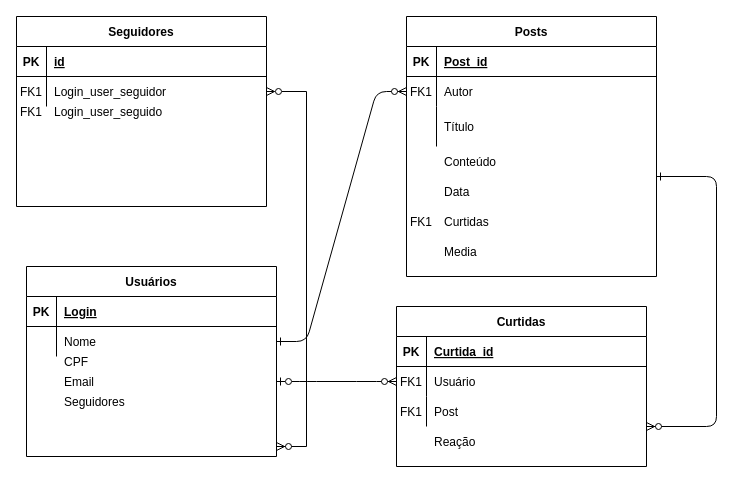
This is ER.drawio from jrfagundes/feed, a draw.io file, before an edit. Source tidied: cells renumbered, new cells numbered last; positions are measured from the earlier drawing's top-left corner, leaving out a move shared by most shapes. Both pictures are drawn from the tidied source at 100%, with x=0, y=0 at pixel (16, 16).
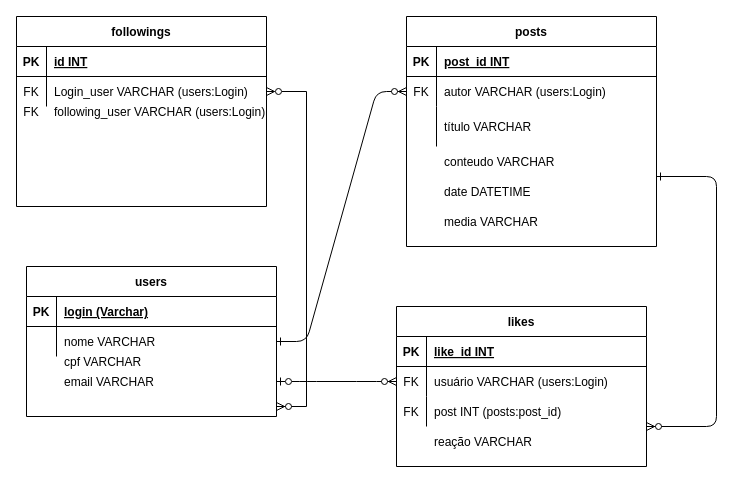
The same diagram, later.

Unchanged cells that the change refers to:
```xml
<mxCell id="5" style="shape=partialRectangle;fillColor=none;top=0;left=0;right=0;bottom=1;" parent="4" vertex="1">
  <mxGeometry y="30" width="250" height="30" as="geometry" />
</mxCell>
<mxCell id="8" style="shape=partialRectangle;fillColor=none;points=[[0,0.5],[1,0.5]];portConstraint=eastwest;top=0;left=0;right=0;bottom=0;" parent="4" vertex="1">
  <mxGeometry y="60" width="250" height="30" as="geometry" />
</mxCell>
<mxCell id="11" style="shape=partialRectangle;fillColor=none;top=0;left=0;right=0;bottom=0;" parent="4" vertex="1">
  <mxGeometry y="90" width="250" height="40" as="geometry" />
</mxCell>
<mxCell id="15" style="shape=partialRectangle;fillColor=none;top=0;left=0;right=0;bottom=1;" parent="14" vertex="1">
  <mxGeometry y="30" width="250" height="30" as="geometry" />
</mxCell>
<mxCell id="18" style="shape=partialRectangle;fillColor=none;points=[[0,0.5],[1,0.5]];portConstraint=eastwest;top=0;left=0;right=0;bottom=0;" parent="14" vertex="1">
  <mxGeometry y="60" width="250" height="30" as="geometry" />
</mxCell>
<mxCell id="21" style="shape=partialRectangle;fillColor=none;top=0;left=0;right=0;bottom=0;" parent="14" vertex="1">
  <mxGeometry y="90" width="250" height="30" as="geometry" />
</mxCell>
<mxCell id="26" style="shape=partialRectangle;fillColor=none;top=0;left=0;right=0;bottom=1;" parent="25" vertex="1">
  <mxGeometry y="30" width="250" height="30" as="geometry" />
</mxCell>
<mxCell id="29" style="shape=partialRectangle;fillColor=none;points=[[0,0.5],[1,0.5]];portConstraint=eastwest;top=0;left=0;right=0;bottom=0;" parent="25" vertex="1">
  <mxGeometry y="60" width="250" height="30" as="geometry" />
</mxCell>
<mxCell id="44" style="shape=partialRectangle;fillColor=none;top=0;left=0;right=0;bottom=1;" parent="43" vertex="1">
  <mxGeometry y="30" width="250" height="30" as="geometry" />
</mxCell>
<mxCell id="47" style="shape=partialRectangle;fillColor=none;points=[[0,0.5],[1,0.5]];portConstraint=eastwest;top=0;left=0;right=0;bottom=0;" parent="43" vertex="1">
  <mxGeometry y="60" width="250" height="30" as="geometry" />
</mxCell>
```

The edit, as a diff of the source:
```diff
@@
-    <mxCell id="4" value="Posts" style="shape=table;startSize=30;childLayout=tableLayout;rowLines=0;fontStyle=1;align=center;" parent="1" vertex="1">
-      <mxGeometry x="390" width="250" height="260" as="geometry" />
+    <mxCell id="4" value="posts" style="shape=table;startSize=30;childLayout=tableLayout;rowLines=0;fontStyle=1;align=center;" parent="1" vertex="1">
+      <mxGeometry x="390" width="250" height="230" as="geometry" />
     </mxCell>
@@
-    <mxCell id="7" value="Post_id" style="shape=partialRectangle;overflow=hidden;fillColor=none;top=0;left=0;bottom=0;right=0;align=left;spacingLeft=6;fontStyle=5;" parent="5" vertex="1">
+    <mxCell id="7" value="post_id INT" style="shape=partialRectangle;overflow=hidden;fillColor=none;top=0;left=0;bottom=0;right=0;align=left;spacingLeft=6;fontStyle=5;" parent="5" vertex="1">
       <mxGeometry x="30" width="220" height="30" as="geometry" />
     </mxCell>
@@
-    <mxCell id="9" value="FK1" style="shape=partialRectangle;overflow=hidden;fillColor=none;top=0;left=0;bottom=0;right=0;" parent="8" vertex="1">
+    <mxCell id="9" value="FK" style="shape=partialRectangle;overflow=hidden;fillColor=none;top=0;left=0;bottom=0;right=0;" parent="8" vertex="1">
       <mxGeometry width="30" height="30" as="geometry" />
     </mxCell>
-    <mxCell id="10" value="Autor" style="shape=partialRectangle;overflow=hidden;fillColor=none;top=0;left=0;bottom=0;right=0;align=left;spacingLeft=6;verticalAlign=middle;" parent="8" vertex="1">
+    <mxCell id="10" value="autor VARCHAR (users:Login)" style="shape=partialRectangle;overflow=hidden;fillColor=none;top=0;left=0;bottom=0;right=0;align=left;spacingLeft=6;verticalAlign=middle;" parent="8" vertex="1">
       <mxGeometry x="30" width="220" height="30" as="geometry" />
     </mxCell>
@@
-    <mxCell id="13" value="Título" style="shape=partialRectangle;overflow=hidden;fillColor=none;top=0;left=0;bottom=0;right=0;align=left;spacingLeft=6;verticalAlign=middle;" parent="11" vertex="1">
+    <mxCell id="13" value="título VARCHAR" style="shape=partialRectangle;overflow=hidden;fillColor=none;top=0;left=0;bottom=0;right=0;align=left;spacingLeft=6;verticalAlign=middle;" parent="11" vertex="1">
       <mxGeometry x="30" width="220" height="40" as="geometry" />
     </mxCell>
-    <mxCell id="14" value="Curtidas" style="shape=table;startSize=30;childLayout=tableLayout;rowLines=0;fontStyle=1;align=center;" parent="1" vertex="1">
+    <mxCell id="14" value="likes" style="shape=table;startSize=30;childLayout=tableLayout;rowLines=0;fontStyle=1;align=center;" parent="1" vertex="1">
       <mxGeometry x="380" y="290" width="250" height="160" as="geometry" />
     </mxCell>
@@
-    <mxCell id="17" value="Curtida_id" style="shape=partialRectangle;overflow=hidden;fillColor=none;top=0;left=0;bottom=0;right=0;align=left;spacingLeft=6;fontStyle=5;" parent="15" vertex="1">
+    <mxCell id="17" value="like_id INT" style="shape=partialRectangle;overflow=hidden;fillColor=none;top=0;left=0;bottom=0;right=0;align=left;spacingLeft=6;fontStyle=5;" parent="15" vertex="1">
       <mxGeometry x="30" width="220" height="30" as="geometry" />
     </mxCell>
@@
-    <mxCell id="19" value="FK1" style="shape=partialRectangle;overflow=hidden;fillColor=none;top=0;left=0;bottom=0;right=0;" parent="18" vertex="1">
+    <mxCell id="19" value="FK" style="shape=partialRectangle;overflow=hidden;fillColor=none;top=0;left=0;bottom=0;right=0;" parent="18" vertex="1">
       <mxGeometry width="30" height="30" as="geometry" />
     </mxCell>
-    <mxCell id="20" value="Usuário" style="shape=partialRectangle;overflow=hidden;fillColor=none;top=0;left=0;bottom=0;right=0;align=left;spacingLeft=6;" parent="18" vertex="1">
+    <mxCell id="20" value="usuário VARCHAR (users:Login)" style="shape=partialRectangle;overflow=hidden;fillColor=none;top=0;left=0;bottom=0;right=0;align=left;spacingLeft=6;" parent="18" vertex="1">
       <mxGeometry x="30" width="220" height="30" as="geometry" />
     </mxCell>
@@
-    <mxCell id="23" value="Post" style="shape=partialRectangle;overflow=hidden;fillColor=none;top=0;left=0;bottom=0;right=0;align=left;spacingLeft=6;" parent="21" vertex="1">
+    <mxCell id="23" value="post INT (posts:post_id)" style="shape=partialRectangle;overflow=hidden;fillColor=none;top=0;left=0;bottom=0;right=0;align=left;spacingLeft=6;" parent="21" vertex="1">
       <mxGeometry x="30" width="220" height="30" as="geometry" />
     </mxCell>
     <mxCell id="24" style="edgeStyle=entityRelationEdgeStyle;rounded=0;jettySize=auto;html=1;endArrow=ERzeroToMany;endFill=0;startArrow=ERzeroToMany;startFill=1;" parent="1" edge="1" target="47">
       <mxGeometry relative="1" as="geometry">
-        <mxPoint x="260" y="430" as="sourcePoint" />
+        <mxPoint x="260" y="390" as="sourcePoint" />
       </mxGeometry>
     </mxCell>
-    <mxCell id="25" value="Usuários" style="shape=table;startSize=30;childLayout=tableLayout;rowLines=0;fontStyle=1;align=center;" parent="1" vertex="1">
-      <mxGeometry x="10" y="250" width="250" height="190" as="geometry" />
+    <mxCell id="25" value="users" style="shape=table;startSize=30;childLayout=tableLayout;rowLines=0;fontStyle=1;align=center;" parent="1" vertex="1">
+      <mxGeometry x="10" y="250" width="250" height="150" as="geometry" />
     </mxCell>
@@
-    <mxCell id="28" value="Login" style="shape=partialRectangle;overflow=hidden;fillColor=none;top=0;left=0;bottom=0;right=0;align=left;spacingLeft=6;fontStyle=5;" parent="26" vertex="1">
+    <mxCell id="28" value="login (Varchar)" style="shape=partialRectangle;overflow=hidden;fillColor=none;top=0;left=0;bottom=0;right=0;align=left;spacingLeft=6;fontStyle=5;" parent="26" vertex="1">
       <mxGeometry x="30" width="220" height="30" as="geometry" />
     </mxCell>
@@
-    <mxCell id="31" value="Nome" style="shape=partialRectangle;overflow=hidden;fillColor=none;top=0;left=0;bottom=0;right=0;align=left;spacingLeft=6;" parent="29" vertex="1">
+    <mxCell id="31" value="nome VARCHAR" style="shape=partialRectangle;overflow=hidden;fillColor=none;top=0;left=0;bottom=0;right=0;align=left;spacingLeft=6;" parent="29" vertex="1">
       <mxGeometry x="30" width="220" height="30" as="geometry" />
     </mxCell>
-    <mxCell id="32" value="CPF" style="shape=partialRectangle;overflow=hidden;fillColor=none;top=0;left=0;bottom=0;right=0;align=left;spacingLeft=6;" parent="1" vertex="1">
+    <mxCell id="32" value="cpf VARCHAR" style="shape=partialRectangle;overflow=hidden;fillColor=none;top=0;left=0;bottom=0;right=0;align=left;spacingLeft=6;" parent="1" vertex="1">
       <mxGeometry x="40" y="330" width="220" height="30" as="geometry" />
     </mxCell>
-    <mxCell id="33" value="Email" style="shape=partialRectangle;overflow=hidden;fillColor=none;top=0;left=0;bottom=0;right=0;align=left;spacingLeft=6;" parent="1" vertex="1">
+    <mxCell id="33" value="email VARCHAR" style="shape=partialRectangle;overflow=hidden;fillColor=none;top=0;left=0;bottom=0;right=0;align=left;spacingLeft=6;" parent="1" vertex="1">
       <mxGeometry x="40" y="350" width="220" height="30" as="geometry" />
     </mxCell>
-    <mxCell id="34" value="Seguidores" style="shape=partialRectangle;overflow=hidden;fillColor=none;top=0;left=0;bottom=0;right=0;align=left;spacingLeft=6;" parent="1" vertex="1">
-      <mxGeometry x="40" y="370" width="220" height="30" as="geometry" />
-    </mxCell>
-    <mxCell id="35" value="Conteúdo" style="shape=partialRectangle;overflow=hidden;fillColor=none;top=0;left=0;bottom=0;right=0;align=left;spacingLeft=6;verticalAlign=middle;" parent="1" vertex="1">
+    <mxCell id="35" value="conteudo VARCHAR" style="shape=partialRectangle;overflow=hidden;fillColor=none;top=0;left=0;bottom=0;right=0;align=left;spacingLeft=6;verticalAlign=middle;" parent="1" vertex="1">
       <mxGeometry x="420" y="130" width="220" height="30" as="geometry" />
     </mxCell>
-    <mxCell id="36" value="Data" style="shape=partialRectangle;overflow=hidden;fillColor=none;top=0;left=0;bottom=0;right=0;align=left;spacingLeft=6;" parent="1" vertex="1">
+    <mxCell id="36" value="date DATETIME" style="shape=partialRectangle;overflow=hidden;fillColor=none;top=0;left=0;bottom=0;right=0;align=left;spacingLeft=6;" parent="1" vertex="1">
       <mxGeometry x="420" y="160" width="220" height="30" as="geometry" />
     </mxCell>
-    <mxCell id="37" value="FK1" style="shape=partialRectangle;overflow=hidden;fillColor=none;top=0;left=0;bottom=0;right=0;" parent="1" vertex="1">
-      <mxGeometry x="390" y="190" width="30" height="30" as="geometry" />
-    </mxCell>
-    <mxCell id="38" value="FK1" style="shape=partialRectangle;overflow=hidden;fillColor=none;top=0;left=0;bottom=0;right=0;" parent="1" vertex="1">
+    <mxCell id="38" value="FK" style="shape=partialRectangle;overflow=hidden;fillColor=none;top=0;left=0;bottom=0;right=0;" parent="1" vertex="1">
       <mxGeometry x="380" y="380" width="30" height="30" as="geometry" />
     </mxCell>
-    <mxCell id="39" value="Reação" style="shape=partialRectangle;overflow=hidden;fillColor=none;top=0;left=0;bottom=0;right=0;align=left;spacingLeft=6;" parent="1" vertex="1">
+    <mxCell id="39" value="reação VARCHAR" style="shape=partialRectangle;overflow=hidden;fillColor=none;top=0;left=0;bottom=0;right=0;align=left;spacingLeft=6;" parent="1" vertex="1">
       <mxGeometry x="410" y="410" width="220" height="30" as="geometry" />
     </mxCell>
@@
-    <mxCell id="41" value="Curtidas" style="shape=partialRectangle;overflow=hidden;fillColor=none;top=0;left=0;bottom=0;right=0;align=left;spacingLeft=6;verticalAlign=middle;" parent="1" vertex="1">
-      <mxGeometry x="420" y="190" width="220" height="30" as="geometry" />
-    </mxCell>
-    <mxCell id="42" value="Media" style="shape=partialRectangle;overflow=hidden;fillColor=none;top=0;left=0;bottom=0;right=0;align=left;spacingLeft=6;verticalAlign=middle;" parent="1" vertex="1">
-      <mxGeometry x="420" y="220" width="220" height="30" as="geometry" />
+    <mxCell id="42" value="media VARCHAR" style="shape=partialRectangle;overflow=hidden;fillColor=none;top=0;left=0;bottom=0;right=0;align=left;spacingLeft=6;verticalAlign=middle;" parent="1" vertex="1">
+      <mxGeometry x="420" y="190" width="220" height="30" as="geometry" />
     </mxCell>
-    <mxCell id="43" value="Seguidores" style="shape=table;startSize=30;childLayout=tableLayout;rowLines=0;fontStyle=1;align=center;" parent="1" vertex="1">
+    <mxCell id="43" value="followings" style="shape=table;startSize=30;childLayout=tableLayout;rowLines=0;fontStyle=1;align=center;" parent="1" vertex="1">
       <mxGeometry width="250" height="190" as="geometry" />
     </mxCell>
@@
-    <mxCell id="46" value="id" style="shape=partialRectangle;overflow=hidden;fillColor=none;top=0;left=0;bottom=0;right=0;align=left;spacingLeft=6;fontStyle=5;" parent="44" vertex="1">
+    <mxCell id="46" value="id INT" style="shape=partialRectangle;overflow=hidden;fillColor=none;top=0;left=0;bottom=0;right=0;align=left;spacingLeft=6;fontStyle=5;" parent="44" vertex="1">
       <mxGeometry x="30" width="220" height="30" as="geometry" />
     </mxCell>
@@
-    <mxCell id="48" value="FK1" style="shape=partialRectangle;overflow=hidden;fillColor=none;top=0;left=0;bottom=0;right=0;" parent="47" vertex="1">
+    <mxCell id="48" value="FK" style="shape=partialRectangle;overflow=hidden;fillColor=none;top=0;left=0;bottom=0;right=0;" parent="47" vertex="1">
       <mxGeometry width="30" height="30" as="geometry" />
     </mxCell>
-    <mxCell id="49" value="Login_user_seguidor" style="shape=partialRectangle;overflow=hidden;fillColor=none;top=0;left=0;bottom=0;right=0;align=left;spacingLeft=6;" parent="47" vertex="1">
+    <mxCell id="49" value="Login_user VARCHAR (users:Login)" style="shape=partialRectangle;overflow=hidden;fillColor=none;top=0;left=0;bottom=0;right=0;align=left;spacingLeft=6;" parent="47" vertex="1">
       <mxGeometry x="30" width="220" height="30" as="geometry" />
     </mxCell>
-    <mxCell id="50" value="Login_user_seguido" style="shape=partialRectangle;overflow=hidden;fillColor=none;top=0;left=0;bottom=0;right=0;align=left;spacingLeft=6;" parent="1" vertex="1">
+    <mxCell id="50" value="following_user VARCHAR (users:Login)" style="shape=partialRectangle;overflow=hidden;fillColor=none;top=0;left=0;bottom=0;right=0;align=left;spacingLeft=6;" parent="1" vertex="1">
       <mxGeometry x="30" y="80" width="220" height="30" as="geometry" />
     </mxCell>
-    <mxCell id="51" value="FK1" style="shape=partialRectangle;overflow=hidden;fillColor=none;top=0;left=0;bottom=0;right=0;" parent="1" vertex="1">
+    <mxCell id="51" value="FK" style="shape=partialRectangle;overflow=hidden;fillColor=none;top=0;left=0;bottom=0;right=0;" parent="1" vertex="1">
       <mxGeometry y="80" width="30" height="30" as="geometry" />
     </mxCell>
```
